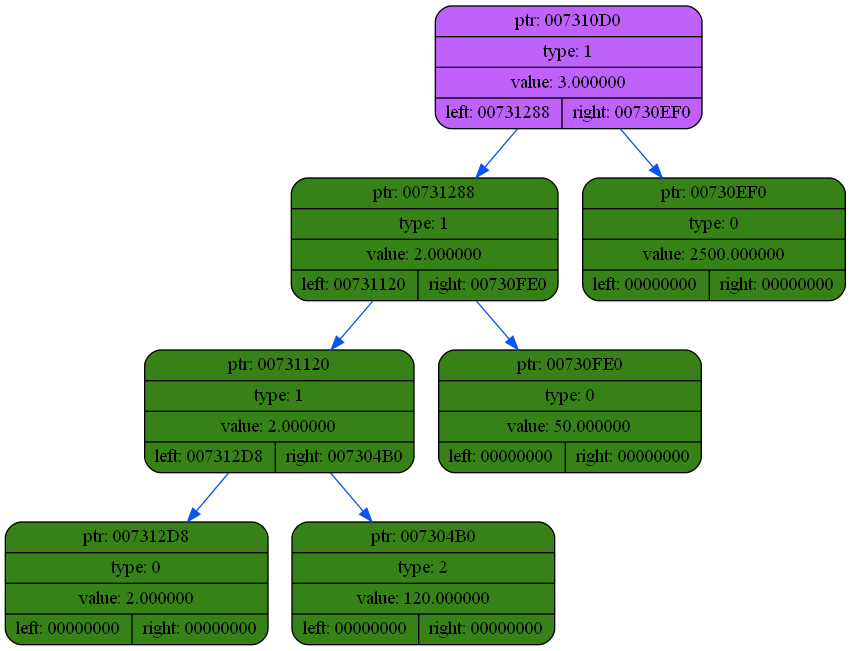
Earlier version of the Graphviz export dump/dump9.png (coffee8cat/differentiator). Its source is kept beside it as dump/dump9.dot. Its diagram source:
```dot
digraph
{
    rankdir=TP

        node007310D0[shape=record,style="rounded,filled",fillcolor="#BF62FC",label="{ ptr: 007310D0 | type: 1 | value: 3.000000| { left: 00731288 | right: 00730EF0 }}"];
    node007310D0 -> node00731288[color="#0855F0"]
    node00731288[shape=record,style="rounded,filled",fillcolor="#378217",label="{ ptr: 00731288 | type: 1 | value: 2.000000| { left: 00731120 | right: 00730FE0 }}"];
    node00731288 -> node00731120[color="#0855F0"]
    node00731120[shape=record,style="rounded,filled",fillcolor="#378217",label="{ ptr: 00731120 | type: 1 | value: 2.000000| { left: 007312D8 | right: 007304B0 }}"];
    node00731120 -> node007312D8[color="#0855F0"]
    node007312D8[shape=record,style="rounded,filled",fillcolor="#378217",label="{ ptr: 007312D8 | type: 0 | value: 2.000000| { left: 00000000 | right: 00000000 }}"];
    node00731120 -> node007304B0[color="#0855F0"]
    node007304B0[shape=record,style="rounded,filled",fillcolor="#378217",label="{ ptr: 007304B0 | type: 2 | value: 120.000000| { left: 00000000 | right: 00000000 }}"];
    node00731288 -> node00730FE0[color="#0855F0"]
    node00730FE0[shape=record,style="rounded,filled",fillcolor="#378217",label="{ ptr: 00730FE0 | type: 0 | value: 50.000000| { left: 00000000 | right: 00000000 }}"];
    node007310D0 -> node00730EF0[color="#0855F0"]
    node00730EF0[shape=record,style="rounded,filled",fillcolor="#378217",label="{ ptr: 00730EF0 | type: 0 | value: 2500.000000| { left: 00000000 | right: 00000000 }}"];
}
```
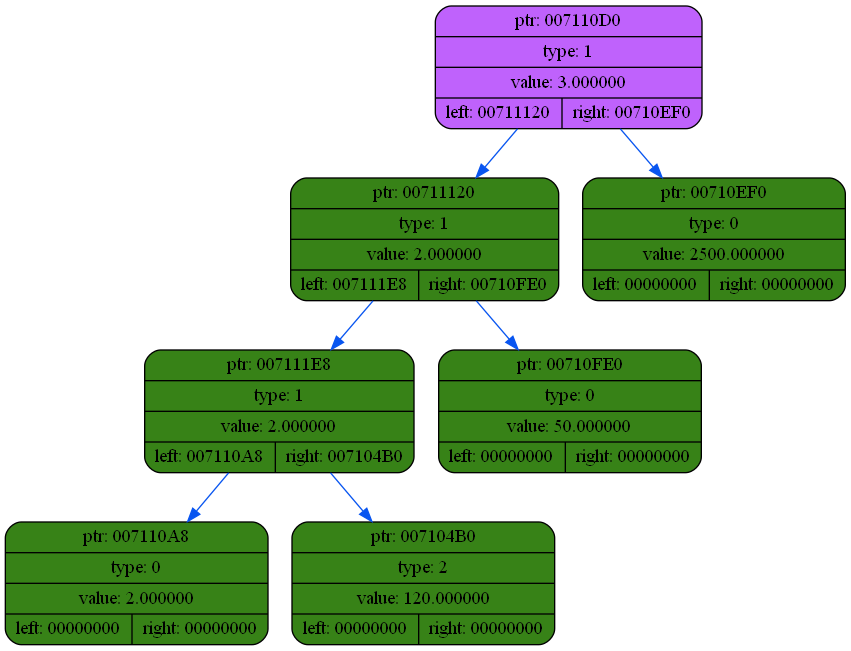
Later version of the same file.

The edit, as a diff of the source:
```diff
@@ -2,17 +2,17 @@
 {
     rankdir=TP
 
-        node007310D0[shape=record,style="rounded,filled",fillcolor="#BF62FC",label="{ ptr: 007310D0 | type: 1 | value: 3.000000| { left: 00731288 | right: 00730EF0 }}"];
-    node007310D0 -> node00731288[color="#0855F0"]
-    node00731288[shape=record,style="rounded,filled",fillcolor="#378217",label="{ ptr: 00731288 | type: 1 | value: 2.000000| { left: 00731120 | right: 00730FE0 }}"];
-    node00731288 -> node00731120[color="#0855F0"]
-    node00731120[shape=record,style="rounded,filled",fillcolor="#378217",label="{ ptr: 00731120 | type: 1 | value: 2.000000| { left: 007312D8 | right: 007304B0 }}"];
-    node00731120 -> node007312D8[color="#0855F0"]
-    node007312D8[shape=record,style="rounded,filled",fillcolor="#378217",label="{ ptr: 007312D8 | type: 0 | value: 2.000000| { left: 00000000 | right: 00000000 }}"];
-    node00731120 -> node007304B0[color="#0855F0"]
-    node007304B0[shape=record,style="rounded,filled",fillcolor="#378217",label="{ ptr: 007304B0 | type: 2 | value: 120.000000| { left: 00000000 | right: 00000000 }}"];
-    node00731288 -> node00730FE0[color="#0855F0"]
-    node00730FE0[shape=record,style="rounded,filled",fillcolor="#378217",label="{ ptr: 00730FE0 | type: 0 | value: 50.000000| { left: 00000000 | right: 00000000 }}"];
-    node007310D0 -> node00730EF0[color="#0855F0"]
-    node00730EF0[shape=record,style="rounded,filled",fillcolor="#378217",label="{ ptr: 00730EF0 | type: 0 | value: 2500.000000| { left: 00000000 | right: 00000000 }}"];
+        node007110D0[shape=record,style="rounded,filled",fillcolor="#BF62FC",label="{ ptr: 007110D0 | type: 1 | value: 3.000000| { left: 00711120 | right: 00710EF0 }}"];
+    node007110D0 -> node00711120[color="#0855F0"]
+    node00711120[shape=record,style="rounded,filled",fillcolor="#378217",label="{ ptr: 00711120 | type: 1 | value: 2.000000| { left: 007111E8 | right: 00710FE0 }}"];
+    node00711120 -> node007111E8[color="#0855F0"]
+    node007111E8[shape=record,style="rounded,filled",fillcolor="#378217",label="{ ptr: 007111E8 | type: 1 | value: 2.000000| { left: 007110A8 | right: 007104B0 }}"];
+    node007111E8 -> node007110A8[color="#0855F0"]
+    node007110A8[shape=record,style="rounded,filled",fillcolor="#378217",label="{ ptr: 007110A8 | type: 0 | value: 2.000000| { left: 00000000 | right: 00000000 }}"];
+    node007111E8 -> node007104B0[color="#0855F0"]
+    node007104B0[shape=record,style="rounded,filled",fillcolor="#378217",label="{ ptr: 007104B0 | type: 2 | value: 120.000000| { left: 00000000 | right: 00000000 }}"];
+    node00711120 -> node00710FE0[color="#0855F0"]
+    node00710FE0[shape=record,style="rounded,filled",fillcolor="#378217",label="{ ptr: 00710FE0 | type: 0 | value: 50.000000| { left: 00000000 | right: 00000000 }}"];
+    node007110D0 -> node00710EF0[color="#0855F0"]
+    node00710EF0[shape=record,style="rounded,filled",fillcolor="#378217",label="{ ptr: 00710EF0 | type: 0 | value: 2500.000000| { left: 00000000 | right: 00000000 }}"];
 }
```
